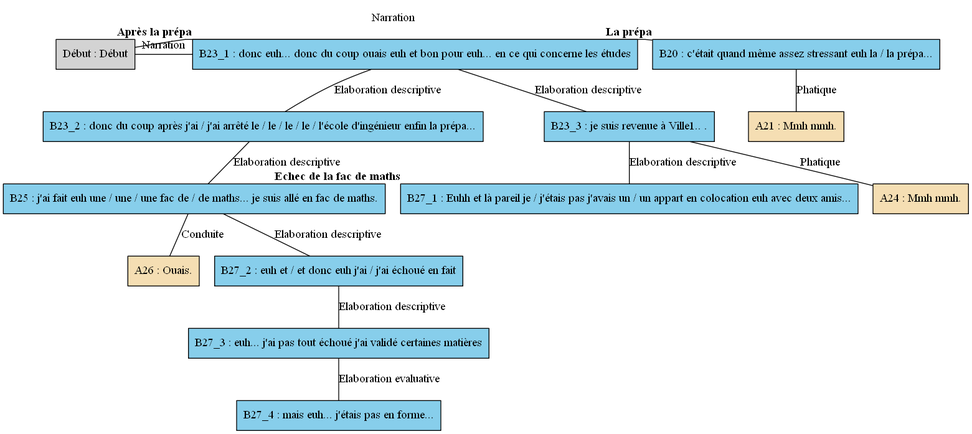
This is arbres/Nord/Nord_-_A03.gv.png from AlaixComet/AnnotationSlamPTut, a Graphviz export, as it was before one commit. Its source is kept beside it as arbres/Nord/Nord_-_A03.gv.
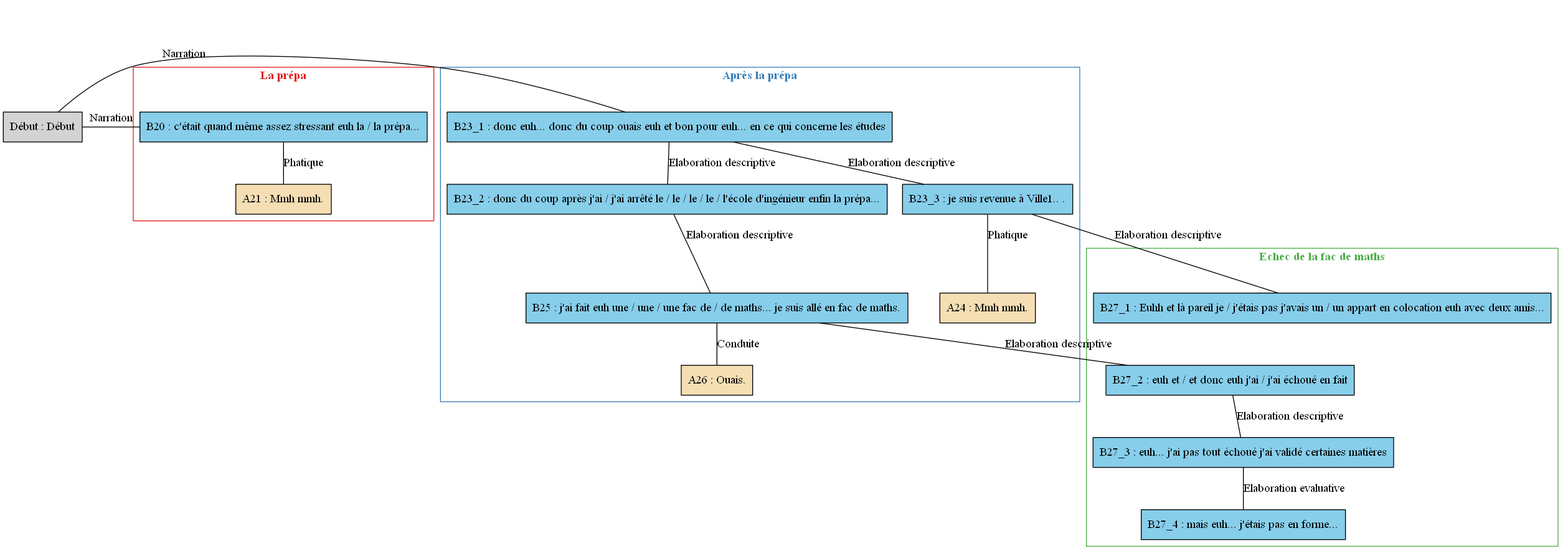
The same file after the commit.

The edit, as a diff of the source:
```diff
@@ -1,38 +1,63 @@
 digraph A03 {
 	node [shape=box style=filled]
-	"Début" [label="Début : Début" xlabel=""]
-	B20 [label="B20 : c'était quand même assez stressant euh la / la prépa..." fillcolor=skyblue xlabel=<<B>La prépa</B>>]
-	A21 [label="A21 : Mmh mmh." fillcolor=wheat xlabel=""]
-	B23_1 [label="B23_1 : donc euh... donc du coup ouais euh et bon pour euh... en ce qui concerne les études" fillcolor=skyblue xlabel=<<B>Après la prépa</B>>]
-	B23_2 [label="B23_2 : donc du coup après j'ai / j'ai arrêté le / le / le / le / l'école d'ingénieur enfin la prépa..." fillcolor=skyblue xlabel=""]
-	B23_3 [label="B23_3 : je suis revenue à Ville1.. ." fillcolor=skyblue xlabel=""]
-	A24 [label="A24 : Mmh mmh." fillcolor=wheat xlabel=""]
-	B25 [label="B25 : j'ai fait euh une / une / une fac de / de maths... je suis allé en fac de maths." fillcolor=skyblue xlabel=""]
-	A26 [label="A26 : Ouais." fillcolor=wheat xlabel=""]
-	B27_1 [label="B27_1 : Euhh et là pareil je / j'étais pas j'avais un / un appart en colocation euh avec deux amis..." fillcolor=skyblue xlabel=<<B>Echec de la fac de maths</B>>]
-	B27_2 [label="B27_2 : euh et / et donc euh j'ai / j'ai échoué en fait" fillcolor=skyblue xlabel=""]
-	B27_3 [label="B27_3 : euh... j'ai pas tout échoué j'ai validé certaines matières" fillcolor=skyblue xlabel=""]
-	B27_4 [label="B27_4 : mais euh... j'étais pas en forme..." fillcolor=skyblue xlabel=""]
-	{
-		rank=same
-		"Début"
+	newrank=true
+	zero [style=invis]
+	"Début" [label="Début : Début"]
+	B20 [label="B20 : c'était quand même assez stressant euh la / la prépa..." fillcolor=skyblue]
+	A21 [label="A21 : Mmh mmh." fillcolor=wheat]
+	B23_1 [label="B23_1 : donc euh... donc du coup ouais euh et bon pour euh... en ce qui concerne les études" fillcolor=skyblue]
+	B23_2 [label="B23_2 : donc du coup après j'ai / j'ai arrêté le / le / le / le / l'école d'ingénieur enfin la prépa..." fillcolor=skyblue]
+	B23_3 [label="B23_3 : je suis revenue à Ville1.. ." fillcolor=skyblue]
+	A24 [label="A24 : Mmh mmh." fillcolor=wheat]
+	B25 [label="B25 : j'ai fait euh une / une / une fac de / de maths... je suis allé en fac de maths." fillcolor=skyblue]
+	A26 [label="A26 : Ouais." fillcolor=wheat]
+	B27_1 [label="B27_1 : Euhh et là pareil je / j'étais pas j'avais un / un appart en colocation euh avec deux amis..." fillcolor=skyblue]
+	B27_2 [label="B27_2 : euh et / et donc euh j'ai / j'ai échoué en fait" fillcolor=skyblue]
+	B27_3 [label="B27_3 : euh... j'ai pas tout échoué j'ai validé certaines matières" fillcolor=skyblue]
+	B27_4 [label="B27_4 : mais euh... j'étais pas en forme..." fillcolor=skyblue]
+	zero -> "Début" [label="" style=invis]
+	zero -> B20 [style=invis weight=1]
+	"Début" -> B20 [label=Narration constraint=false dir=none]
+	B20 -> A21 [label=Phatique dir=none weight=2]
+	zero -> B23_1 [style=invis weight=1]
+	"Début" -> B23_1 [label=Narration constraint=false dir=none]
+	B23_1 -> B23_2 [label="Elaboration descriptive" dir=none weight=2]
+	B23_1 -> B23_3 [label="Elaboration descriptive" dir=none weight=2]
+	B23_3 -> A24 [label=Phatique dir=none weight=2]
+	B23_2 -> B25 [label="Elaboration descriptive" dir=none weight=2]
+	B25 -> A26 [label=Conduite dir=none weight=2]
+	B23_3 -> B27_1 [label="Elaboration descriptive" dir=none weight=2]
+	B25 -> B27_2 [label="Elaboration descriptive" dir=none weight=2]
+	B27_2 -> B27_3 [label="Elaboration descriptive" dir=none weight=2]
+	B27_3 -> B27_4 [label="Elaboration evaluative" dir=none weight=2]
+	subgraph cluster_1 {
+		label=<<B>La prépa</B>>
+		colorscheme=set19
+		color=1
+		fontcolor=1
 		B20
-		"Début" -> B20 [label=Narration dir=none]
+		A21
 	}
-	B20 -> A21 [label=Phatique dir=none]
-	{
-		rank=same
-		"Début"
+	subgraph cluster_2 {
+		label=<<B>Après la prépa</B>>
+		colorscheme=set19
+		color=2
+		fontcolor=2
 		B23_1
-		"Début" -> B23_1 [label=Narration dir=none]
+		B23_2
+		B23_3
+		A24
+		B25
+		A26
 	}
-	B23_1 -> B23_2 [label="Elaboration descriptive" dir=none]
-	B23_1 -> B23_3 [label="Elaboration descriptive" dir=none]
-	B23_3 -> A24 [label=Phatique dir=none]
-	B23_2 -> B25 [label="Elaboration descriptive" dir=none]
-	B25 -> A26 [label=Conduite dir=none]
-	B23_3 -> B27_1 [label="Elaboration descriptive" dir=none]
-	B25 -> B27_2 [label="Elaboration descriptive" dir=none]
-	B27_2 -> B27_3 [label="Elaboration descriptive" dir=none]
-	B27_3 -> B27_4 [label="Elaboration evaluative" dir=none]
+	subgraph cluster_3 {
+		label=<<B>Echec de la fac de maths</B>>
+		colorscheme=set19
+		color=3
+		fontcolor=3
+		B27_1
+		B27_2
+		B27_3
+		B27_4
+	}
 }
```
